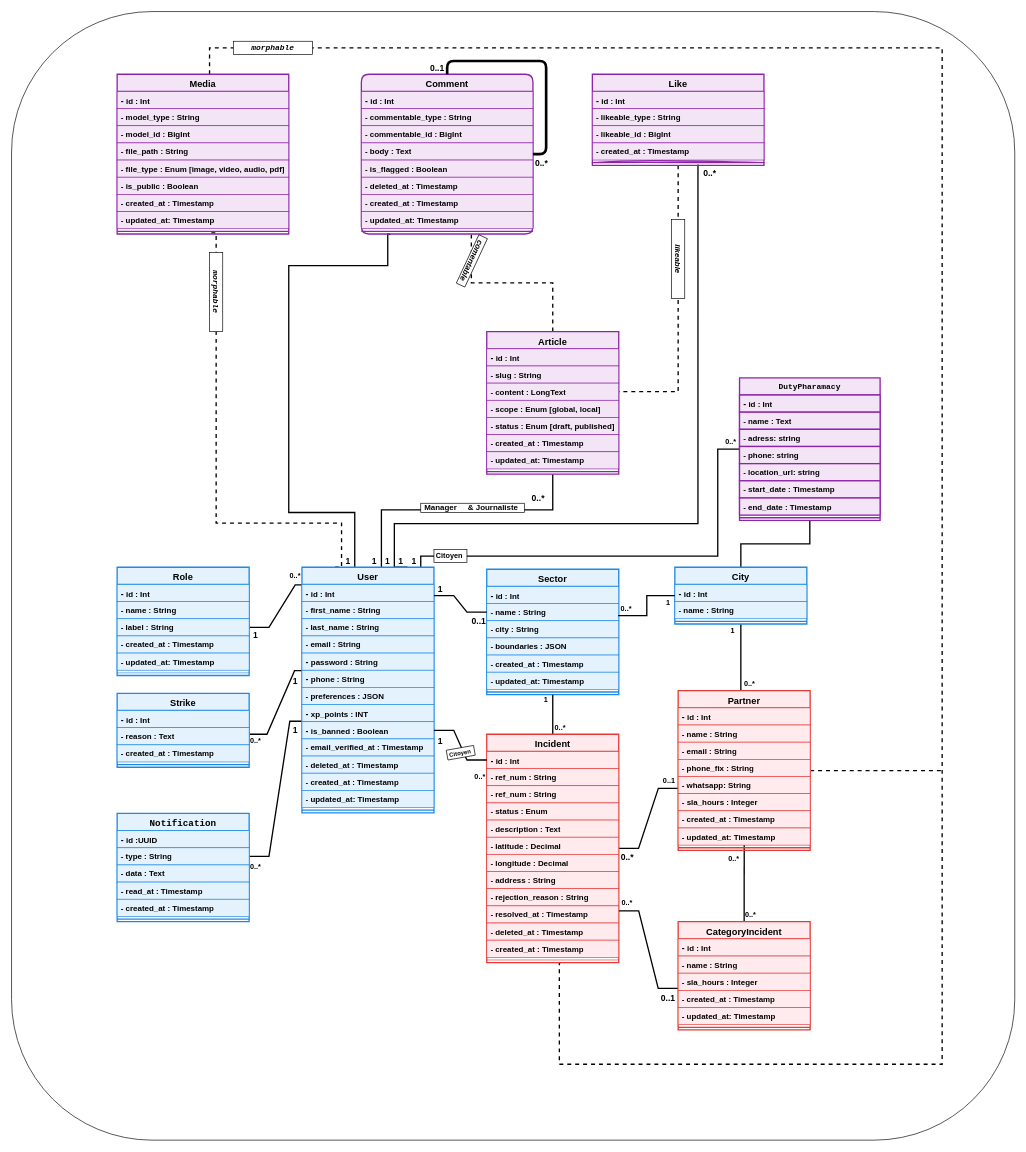
Above: Dossier de Conception/diagramme Classe final Safi Pulse drow.drawio in AbdellahLemtiri/CityPulse-FR (draw.io), before the change. Source tidied: cells renumbered, new cells numbered last; positions are measured from the earlier drawing's top-left corner, leaving out a move shared by most shapes. Both pictures are drawn from the tidied source at 66%, with x=0, y=0 at pixel (11, 11).
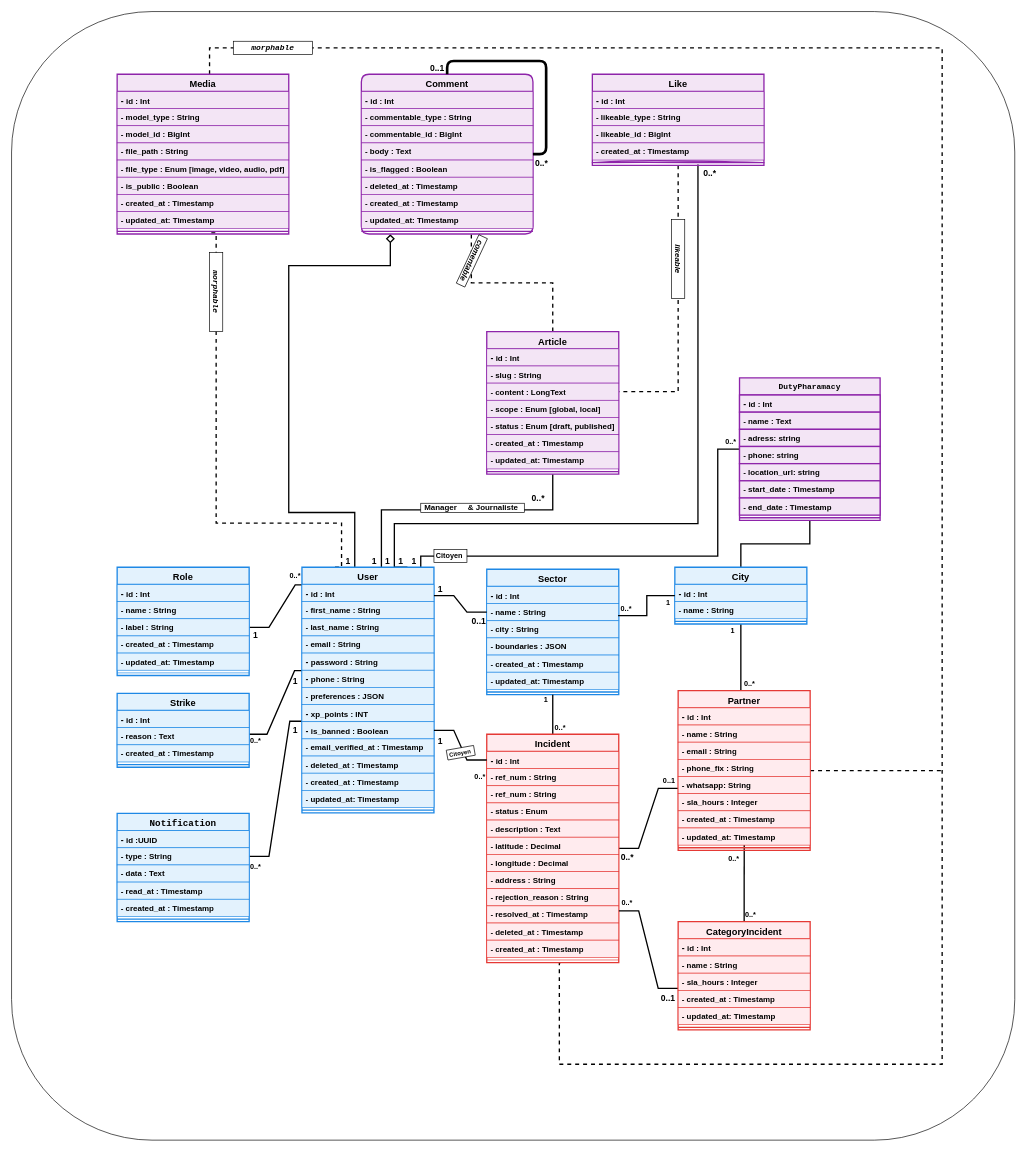
The same page after the edit.

The change refers to these unchanged cells:
```xml
<mxCell id="62" style="line;strokeWidth=2;align=left;verticalAlign=middle;spacingTop=-1;spacingLeft=3;spacingRight=3;labelPosition=right;points=[];portConstraint=eastwest;fillColor=#F3E5F5;strokeColor=#8E24AA;" parent="53" vertex="1">
  <mxGeometry y="234" width="260" height="8" as="geometry" />
</mxCell>
```

Change to the diagram source:
```diff
@@
-    <mxCell id="10" style="edgeStyle=orthogonalEdgeStyle;rounded=0;jettySize=auto;html=1;entryX=0.169;entryY=1.051;entryDx=0;entryDy=0;entryPerimeter=0;strokeWidth=2;endArrow=none;endFill=0;jumpStyle=arc;" parent="1" edge="1" target="62">
+    <mxCell id="10" style="edgeStyle=orthogonalEdgeStyle;rounded=0;jettySize=auto;html=1;entryX=0.169;entryY=1.051;entryDx=0;entryDy=0;entryPerimeter=0;strokeWidth=2;endArrow=diamond;endFill=0;jumpStyle=arc;startSize=6;endSize=9;" parent="1" edge="1" target="62">
       <mxGeometry relative="1" as="geometry">
         <mxPoint x="520" y="856" as="sourcePoint" />
         <Array as="points">
           <mxPoint x="520" y="759" />
           <mxPoint x="420" y="759" />
           <mxPoint x="420" y="385" />
-          <mxPoint x="570" y="385" />
-          <mxPoint x="570" y="337" />
+          <mxPoint x="574" y="385" />
         </Array>
       </mxGeometry>
     </mxCell>
```
